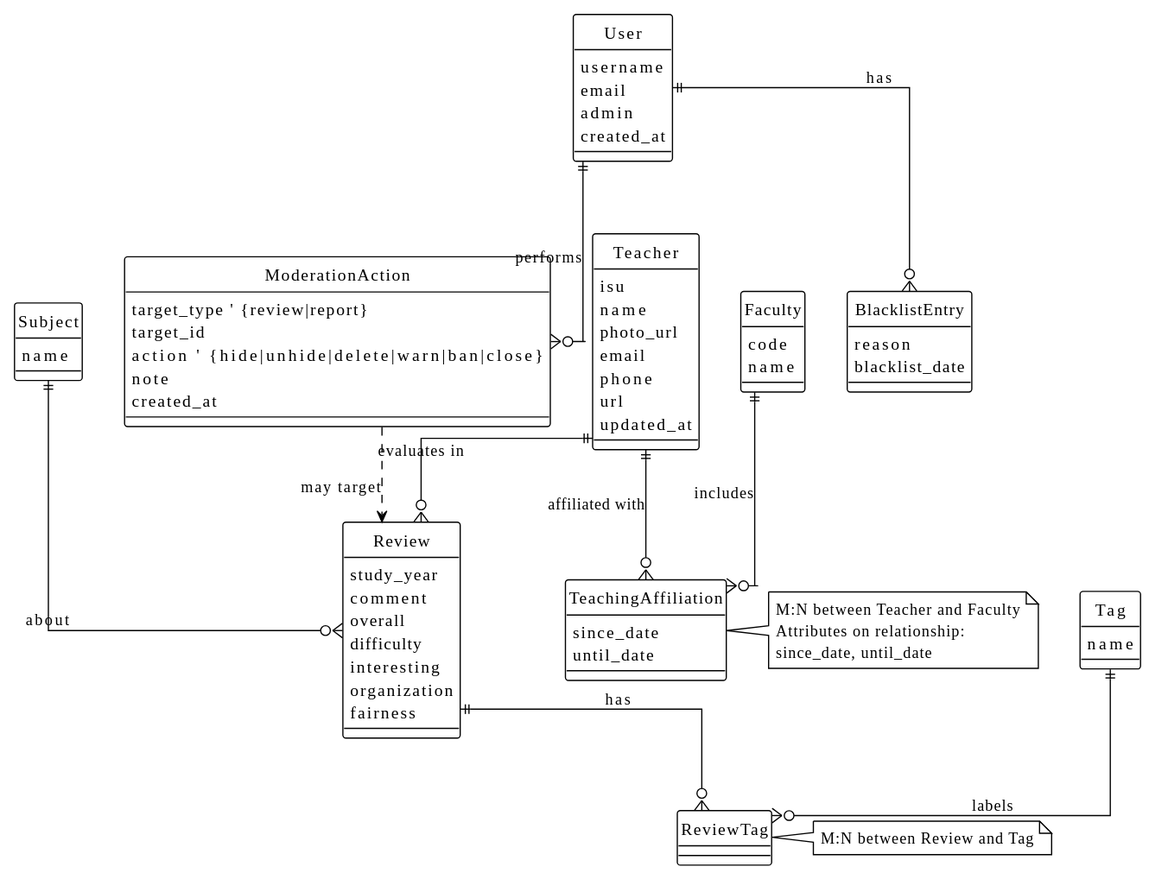
The PlantUML diagram out/assets/er_model/er.svg in tenolly/reviews-system, before a commit. Its diagram source:
```plantuml
@startuml
hide circle
skinparam linetype ortho
!theme plain

entity "User" as User {
  username
  email
  admin
  created_at
}

entity "Teacher" as Teacher {
  isu
  name
  photo_url
  email
  phone
  url
  updated_at
}

entity "Subject" as Subject {
  name
}

entity "Tag" as Tag {
  name
}

entity "Faculty" as Faculty {
  code
  name
}

entity "TeachingAffiliation" as TeachingAffiliation {
  since_date
  until_date
}

entity "Review" as Review {
  study_year
  comment
  overall
  difficulty
  interesting
  organization
  fairness
}

entity "ReviewTag" as ReviewTag {
}

entity "BlacklistEntry" as BlacklistEntry {
  reason
  blacklist_date
}

entity "ModerationAction" as ModerationAction {
  target_type  ' {review|report}
  target_id
  action       ' {hide|unhide|delete|warn|ban|close}
  note
  created_at
}

Teacher  ||--o{ Review               : evaluates in
Subject  ||--o{ Review               : about
Review   ||--o{ ReviewTag            : has
Tag      ||--o{ ReviewTag            : labels

Teacher  ||--o{ TeachingAffiliation  : affiliated with
Faculty  ||--o{ TeachingAffiliation  : includes

User     ||--o{ BlacklistEntry       : has
User     ||--o{ ModerationAction     : performs

ModerationAction ..> Review : may target

note right of TeachingAffiliation
M:N between Teacher and Faculty
Attributes on relationship:
since_date, until_date
end note

note right of ReviewTag
M:N between Review and Tag
end note
@enduml
```
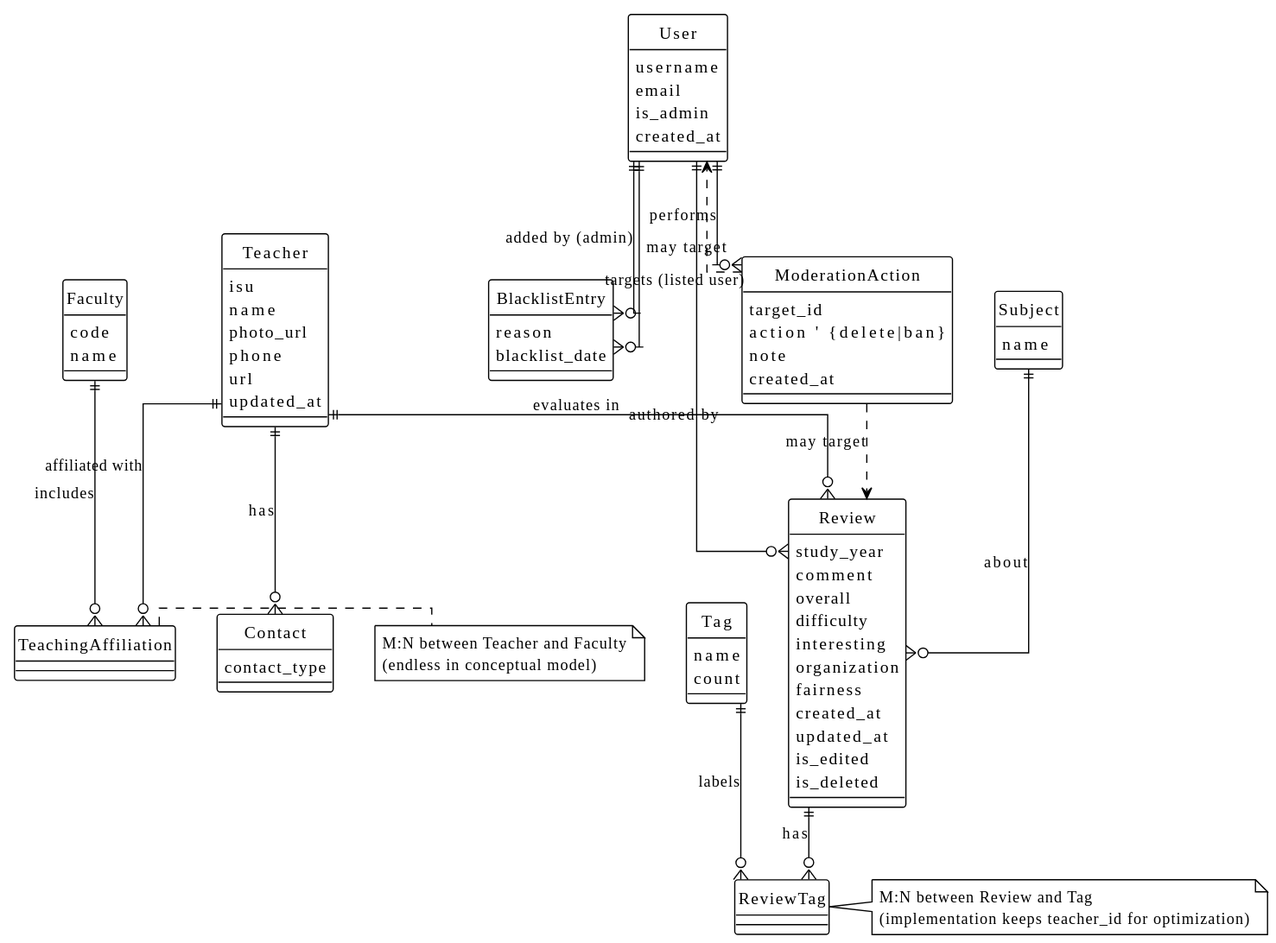
After the change.

Change to the diagram source:
```diff
@@ -6,7 +6,7 @@
 entity "User" as User {
   username
   email
-  admin
+  is_admin
   created_at
 }
 
@@ -14,10 +14,13 @@
   isu
   name
   photo_url
-  email
   phone
   url
   updated_at
+}
+
+entity "Contact" as Contact {
+  contact_type
 }
 
 entity "Subject" as Subject {
@@ -26,6 +29,7 @@
 
 entity "Tag" as Tag {
   name
+  count
 }
 
 entity "Faculty" as Faculty {
@@ -34,8 +38,6 @@
 }
 
 entity "TeachingAffiliation" as TeachingAffiliation {
-  since_date
-  until_date
 }
 
 entity "Review" as Review {
@@ -46,6 +48,10 @@
   interesting
   organization
   fairness
+  created_at
+  updated_at
+  is_edited
+  is_deleted
 }
 
 entity "ReviewTag" as ReviewTag {
@@ -57,33 +63,38 @@
 }
 
 entity "ModerationAction" as ModerationAction {
-  target_type  ' {review|report}
   target_id
-  action       ' {hide|unhide|delete|warn|ban|close}
+  action       ' {delete|ban}
   note
   created_at
 }
 
 Teacher  ||--o{ Review               : evaluates in
 Subject  ||--o{ Review               : about
+User     ||--o{ Review               : authored by
+
 Review   ||--o{ ReviewTag            : has
 Tag      ||--o{ ReviewTag            : labels
 
 Teacher  ||--o{ TeachingAffiliation  : affiliated with
 Faculty  ||--o{ TeachingAffiliation  : includes
 
-User     ||--o{ BlacklistEntry       : has
+Teacher  ||--o{ Contact              : has
+
+User     ||--o{ BlacklistEntry       : added by (admin)
+User     ||--o{ BlacklistEntry       : targets (listed user)
+
 User     ||--o{ ModerationAction     : performs
-
-ModerationAction ..> Review : may target
+ModerationAction ..> Review           : may target
+ModerationAction ..> User             : may target
 
 note right of TeachingAffiliation
 M:N between Teacher and Faculty
-Attributes on relationship:
-since_date, until_date
+(endless in conceptual model)
 end note
 
 note right of ReviewTag
 M:N between Review and Tag
+(implementation keeps teacher_id for optimization)
 end note
 @enduml
```
